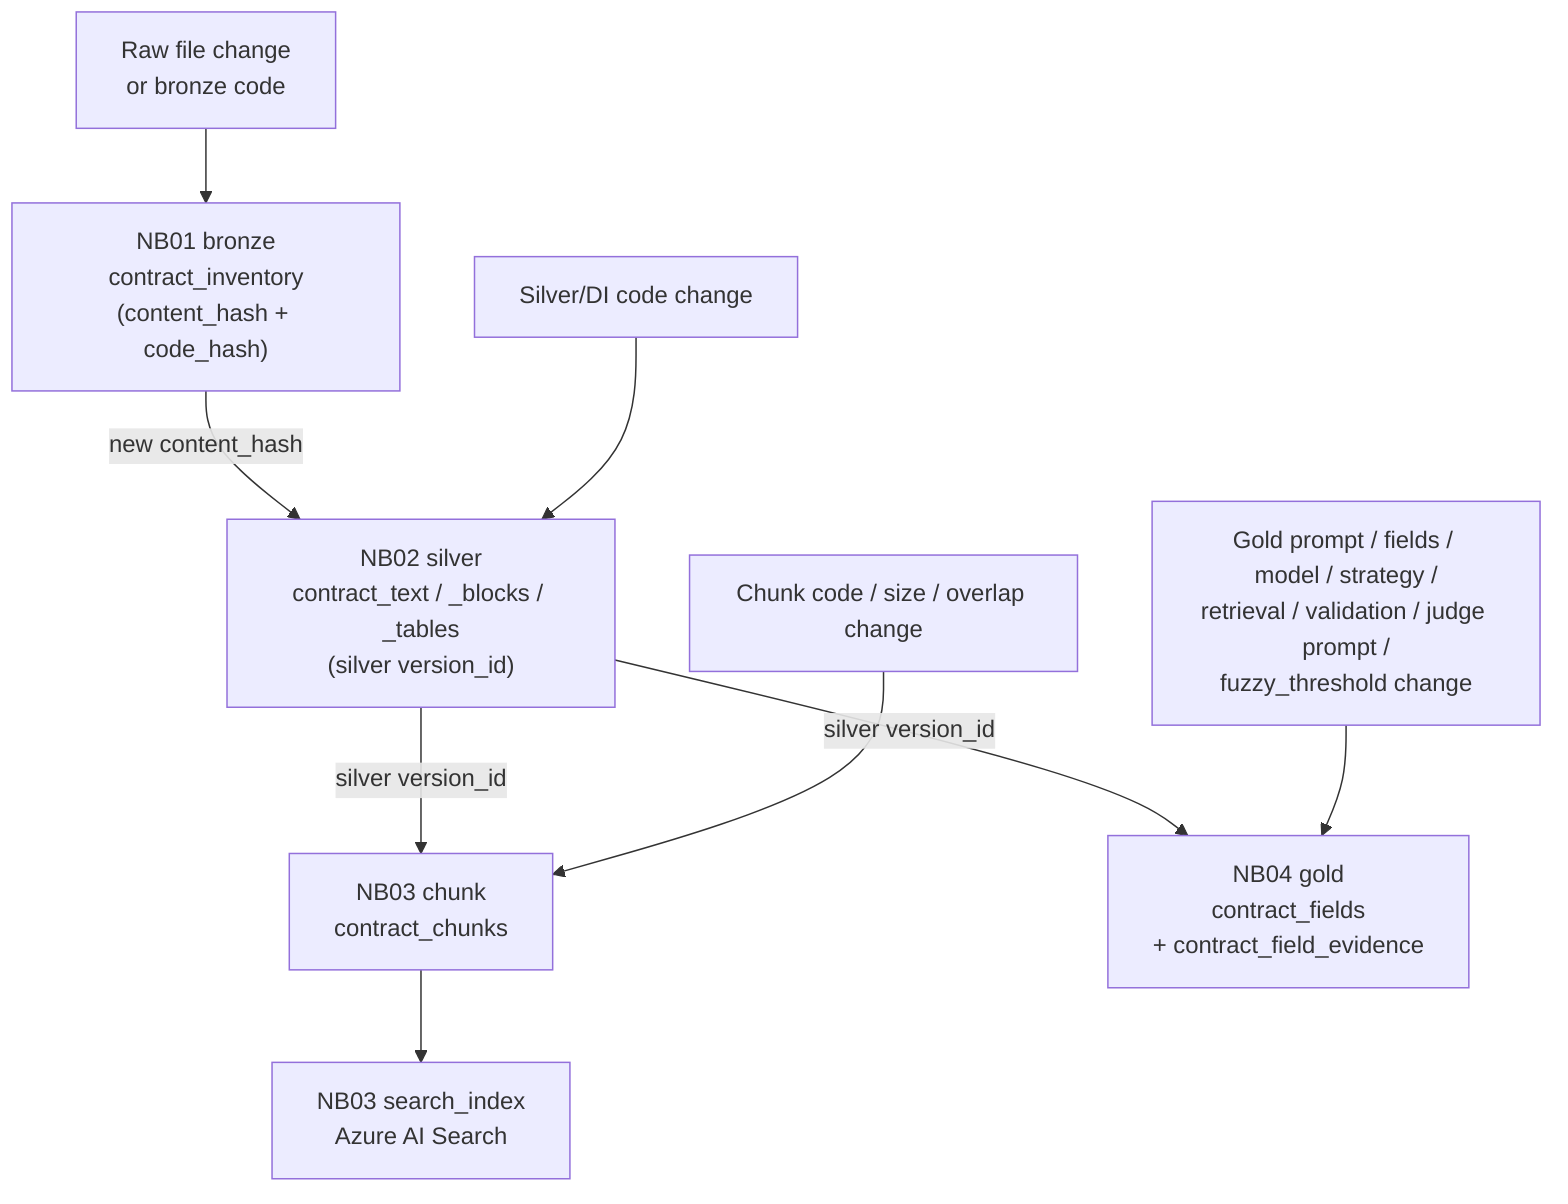
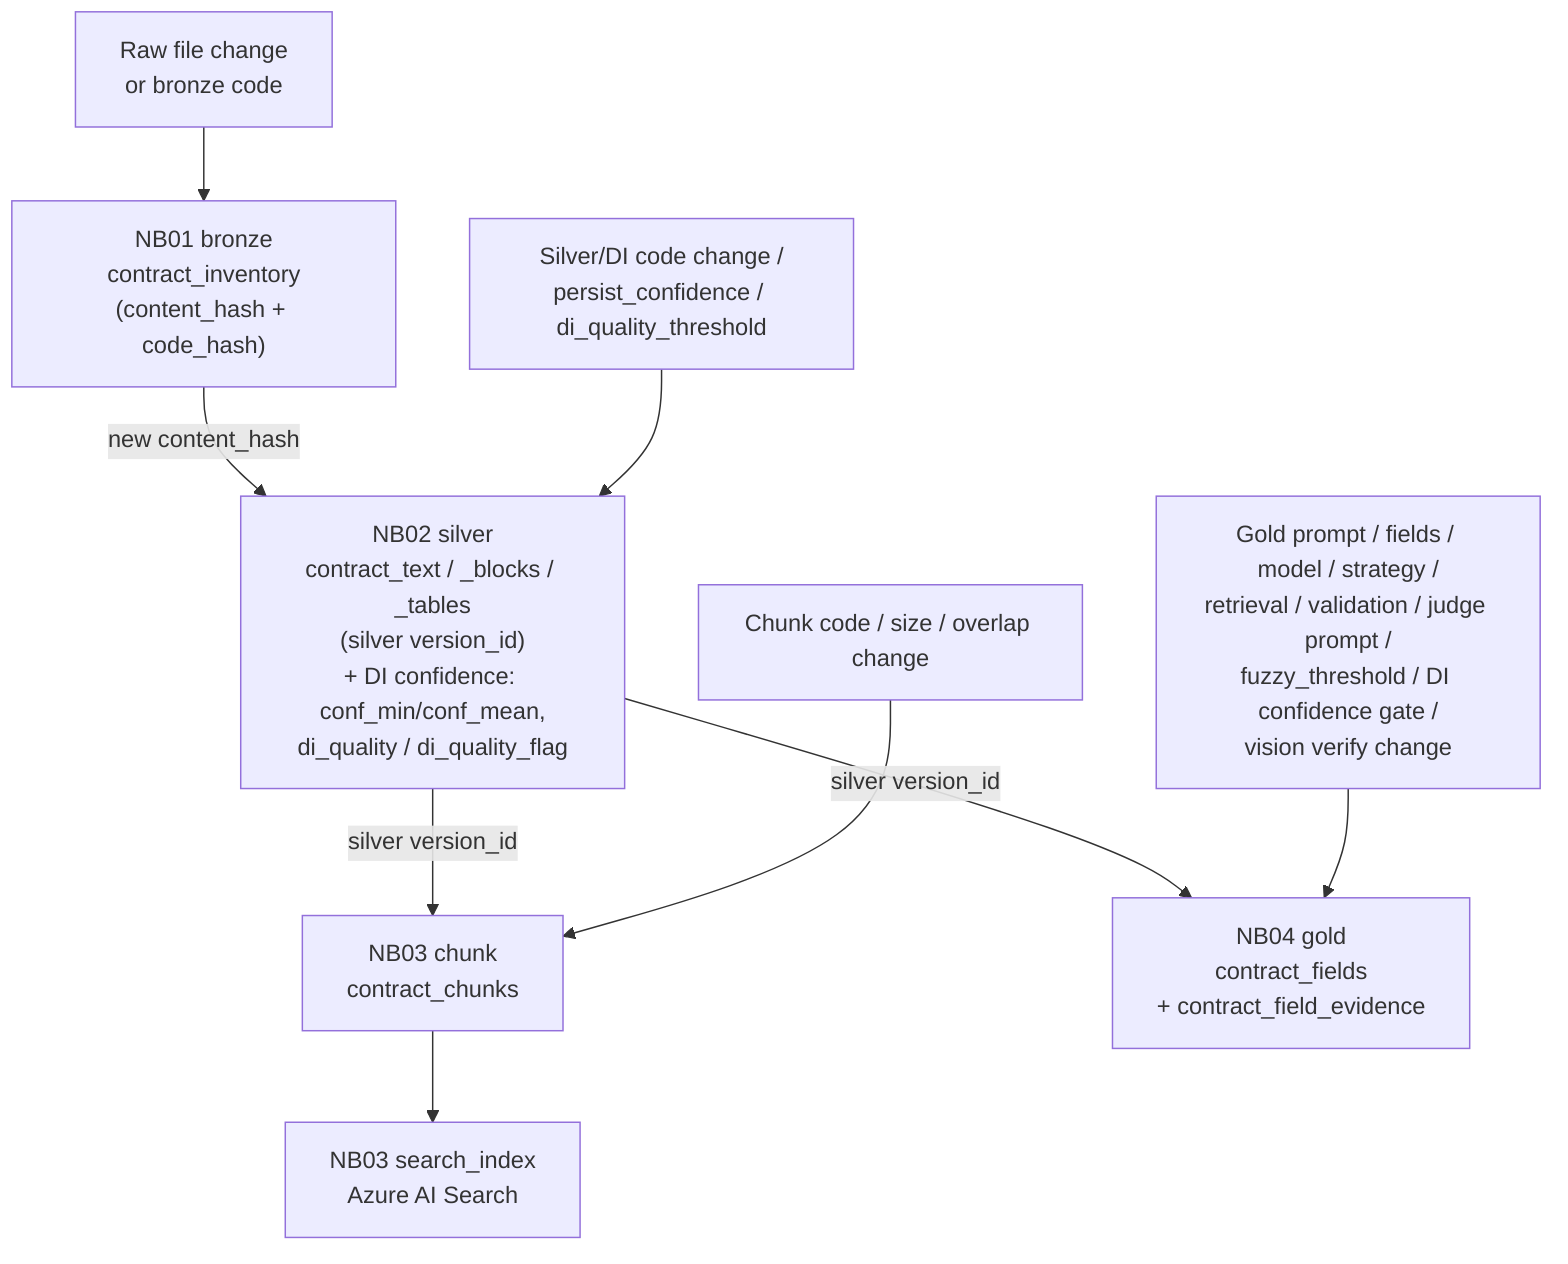
flowchart TD
    F["Raw file change<br/>or bronze code"] --> B["NB01 bronze<br/>contract_inventory<br/>(content_hash + code_hash)"]
    B -->|new content_hash| S
-     SC["Silver/DI code change"] --> S["NB02 silver<br/>contract_text / _blocks / _tables<br/>(silver version_id)"]
+     SC["Silver/DI code change /<br/>persist_confidence / di_quality_threshold"] --> S["NB02 silver<br/>contract_text / _blocks / _tables<br/>(silver version_id)<br/>+ DI confidence: conf_min/conf_mean,<br/>di_quality / di_quality_flag"]
    S -->|silver version_id| C["NB03 chunk<br/>contract_chunks"]
    CC["Chunk code / size / overlap change"] --> C
    C --> IDX["NB03 search_index<br/>Azure AI Search"]
    S -->|silver version_id| G["NB04 gold<br/>contract_fields<br/>+ contract_field_evidence"]
-     GC["Gold prompt / fields / model / strategy /<br/>retrieval / validation / judge prompt /<br/>fuzzy_threshold change"] --> G+     GC["Gold prompt / fields / model / strategy /<br/>retrieval / validation / judge prompt /<br/>fuzzy_threshold / DI confidence gate /<br/>vision verify change"] --> G